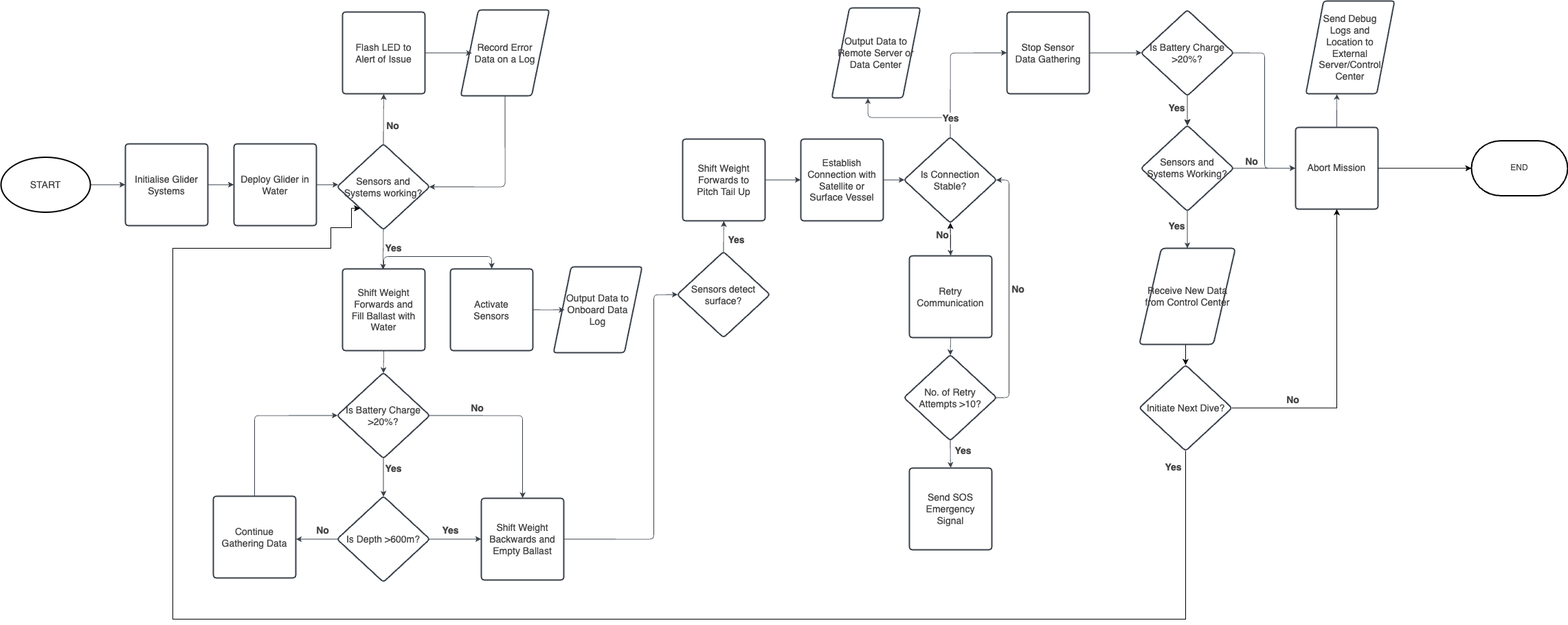
Schlubs/UnGlider-EPQ keeps this draw.io diagram as Diving Procedure (Transparent).drawio.png. Above is the earlier version. Source tidied: cells renumbered, new cells last; positions are measured from the earlier drawing's top-left corner, leaving out a move shared by most shapes.
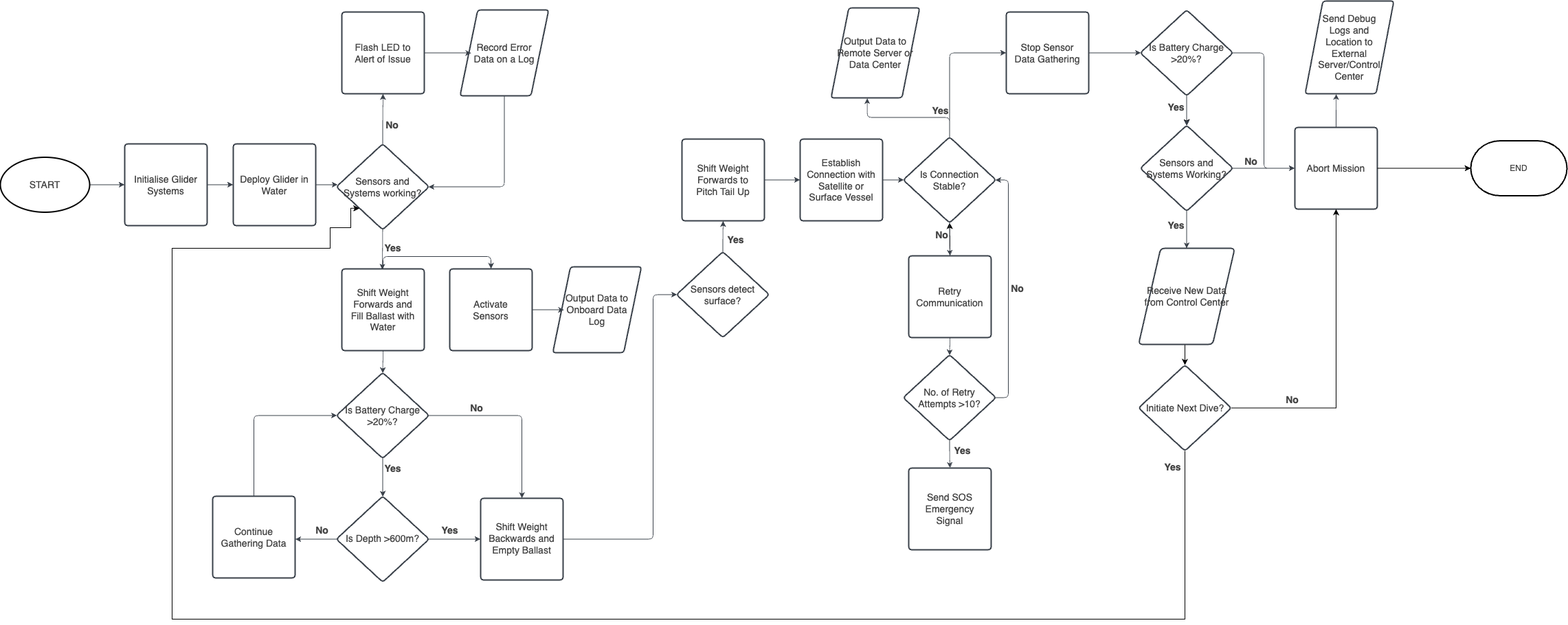
Later version of the same file.

Diff of the diagram source:
```diff
@@ -197,8 +197,10 @@
     <mxCell id="57" style="html=1;jettySize=18;whiteSpace=wrap;fontSize=14;fontColor=#454545;fontStyle=1;strokeColor=#3a414a;strokeOpacity=100;strokeWidth=0.8;rounded=1;arcSize=12;edgeStyle=orthogonalEdgeStyle;startArrow=none;exitX=0.5;exitY=0.005;exitPerimeter=0;entryX=0.408;entryY=1.003;entryPerimeter=0;lucidId=vGUVwyQjZNi~;" parent="1" edge="1" source="43" target="56">
       <mxGeometry relative="1" as="geometry" />
     </mxCell>
-    <mxCell id="58" value="Yes" style="text;html=1;labelBackgroundColor=default;align=center;verticalAlign=middle;fontStyle=1;fontColor=#454545;fontSize=14;" parent="57" vertex="1">
-      <mxGeometry x="-0.68" relative="1" as="geometry" />
+    <mxCell id="58" value="Yes" style="text;html=1;labelBackgroundColor=none;align=center;verticalAlign=middle;fontStyle=1;fontColor=#454545;fontSize=14;" parent="57" vertex="1">
+      <mxGeometry x="-0.68" relative="1" as="geometry">
+        <mxPoint x="-14" y="-10" as="offset" />
+      </mxGeometry>
     </mxCell>
     <mxCell id="59" value="Sensors and Systems Working?" style="html=1;overflow=block;blockSpacing=1;whiteSpace=wrap;rhombus;fontSize=14;fontColor=#454545;spacing=3.8;strokeColor=#3a414a;strokeOpacity=100;fillOpacity=100;rounded=1;absoluteArcSize=1;arcSize=9;fillColor=#ffffff;strokeWidth=2;lucidId=oMUV1LnPZD3j;" parent="1" vertex="1">
       <mxGeometry x="1659" y="181" width="135" height="125" as="geometry" />
```
